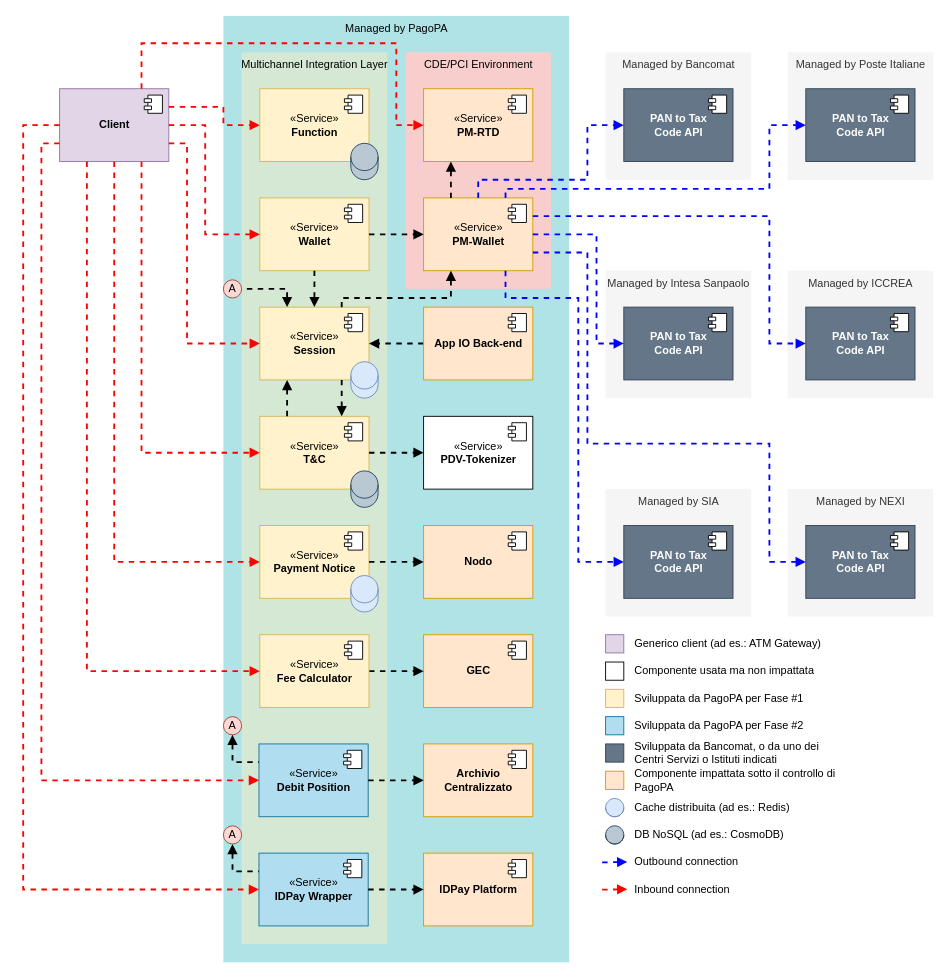
The draw.io diagram component_diags/components.drawio in pagopa/mil-diags, before the edit. Source tidied: cells renumbered, new cells numbered last; positions are measured from the earlier drawing's top-left corner, leaving out a move shared by most shapes. Both pictures are drawn from the tidied source at 91%, with x=0, y=0 at pixel (23, 15).
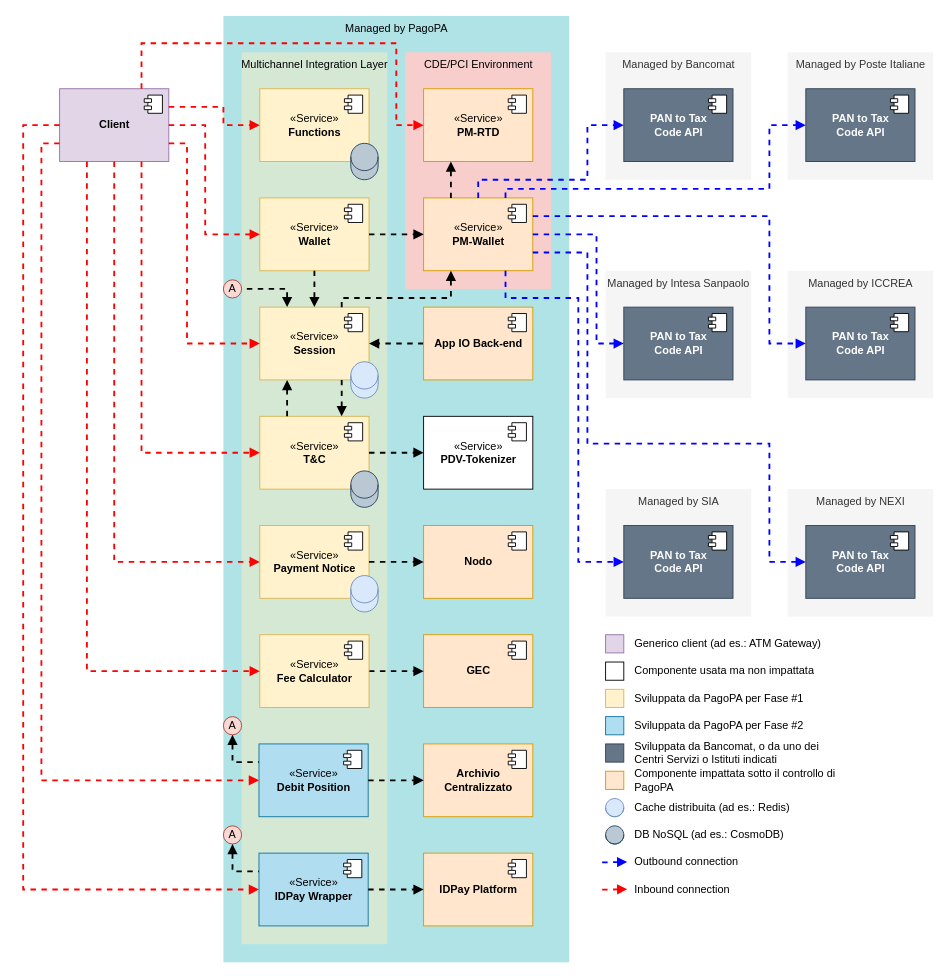
After the change.

Commit message:
"Function" service renamed to "Functions" service.

Change to the diagram source:
```diff
@@
-    <mxCell id="55" value="«Service»&lt;br&gt;&lt;b&gt;Function&lt;/b&gt;" style="html=1;fillColor=#fff2cc;strokeColor=#d6b656;" parent="1" vertex="1">
+    <mxCell id="55" value="«Service»&lt;br&gt;&lt;b&gt;Functions&lt;/b&gt;" style="html=1;fillColor=#fff2cc;strokeColor=#d6b656;" parent="1" vertex="1">
       <mxGeometry x="260" y="80" width="120" height="80" as="geometry" />
     </mxCell>
```
